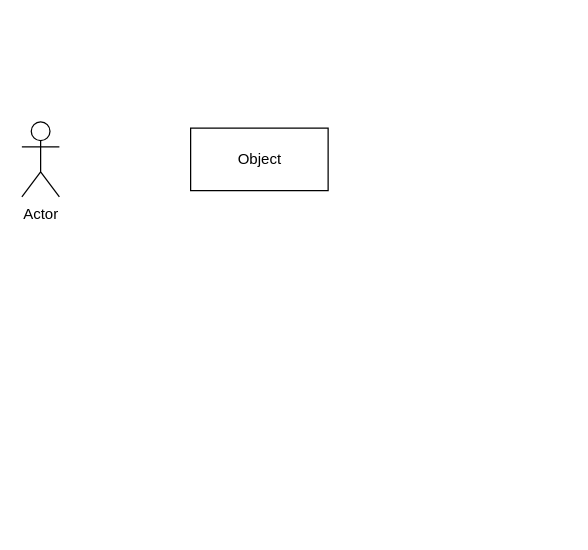
Earlier version of the draw.io diagram page "Use Case" (1 of 3) of rpl/tugas1/uml.drawio (Rizqirazkafi/kuliah-y2). Source tidied: cells renumbered, new cells numbered last; positions are measured from the earlier drawing's top-left corner, leaving out a move shared by most shapes. Both pictures are drawn from the tidied source at 125%, with x=0, y=0 at pixel (21, 121).
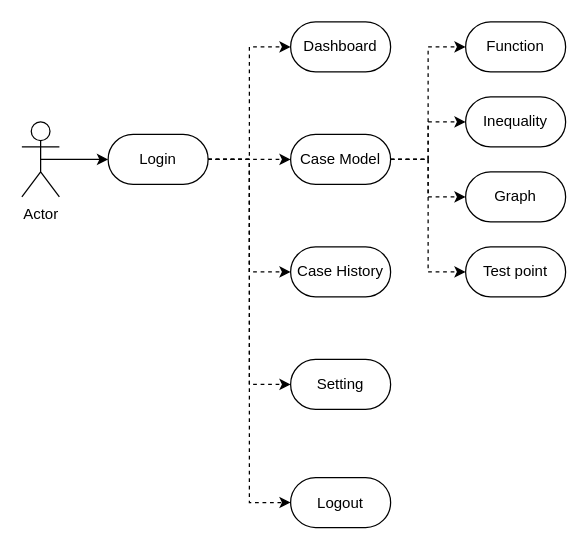
Above is the later version.

Unchanged cells that the change refers to:
```xml
<mxCell id="2" value="Actor" style="shape=umlActor;verticalLabelPosition=bottom;verticalAlign=top;html=1;outlineConnect=0;" parent="1" vertex="1">
  <mxGeometry width="30" height="60" as="geometry" />
</mxCell>
```

The edit, as a diff of the source:
```diff
@@
+    <mxCell id="4" style="edgeStyle=orthogonalEdgeStyle;rounded=0;jettySize=auto;html=1;exitX=0.5;exitY=0.5;exitDx=0;exitDy=0;exitPerimeter=0;entryX=0;entryY=0.5;entryDx=0;entryDy=0;" parent="1" edge="1" source="2" target="10">
+      <mxGeometry relative="1" as="geometry" />
+    </mxCell>
@@
-    <mxCell id="3" value="Object" style="html=1;" parent="1" vertex="1">
-      <mxGeometry x="135" y="5" width="110" height="50" as="geometry" />
-    </mxCell>
+    <mxCell id="5" style="edgeStyle=orthogonalEdgeStyle;rounded=0;jettySize=auto;html=1;exitX=1;exitY=0.5;exitDx=0;exitDy=0;entryX=0;entryY=0.5;entryDx=0;entryDy=0;dashed=1;" parent="1" edge="1" source="10" target="11">
+      <mxGeometry relative="1" as="geometry" />
+    </mxCell>
+    <mxCell id="6" style="edgeStyle=orthogonalEdgeStyle;rounded=0;jettySize=auto;html=1;exitX=1;exitY=0.5;exitDx=0;exitDy=0;entryX=0;entryY=0.5;entryDx=0;entryDy=0;dashed=1;" parent="1" edge="1" source="10" target="16">
+      <mxGeometry relative="1" as="geometry" />
+    </mxCell>
+    <mxCell id="7" style="edgeStyle=orthogonalEdgeStyle;rounded=0;jettySize=auto;html=1;exitX=1;exitY=0.5;exitDx=0;exitDy=0;entryX=0;entryY=0.5;entryDx=0;entryDy=0;dashed=1;" parent="1" edge="1" source="10" target="21">
+      <mxGeometry relative="1" as="geometry" />
+    </mxCell>
+    <mxCell id="8" style="edgeStyle=orthogonalEdgeStyle;rounded=0;jettySize=auto;html=1;exitX=1;exitY=0.5;exitDx=0;exitDy=0;entryX=0;entryY=0.5;entryDx=0;entryDy=0;dashed=1;" parent="1" edge="1" source="10" target="22">
+      <mxGeometry relative="1" as="geometry" />
+    </mxCell>
+    <mxCell id="9" style="edgeStyle=orthogonalEdgeStyle;rounded=0;jettySize=auto;html=1;exitX=1;exitY=0.5;exitDx=0;exitDy=0;entryX=0;entryY=0.5;entryDx=0;entryDy=0;dashed=1;" parent="1" edge="1" source="10" target="23">
+      <mxGeometry relative="1" as="geometry" />
+    </mxCell>
+    <mxCell id="10" value="Login" style="rounded=1;whiteSpace=wrap;html=1;arcSize=50;" parent="1" vertex="1">
+      <mxGeometry x="69" y="10" width="80" height="40" as="geometry" />
+    </mxCell>
+    <mxCell id="11" value="Dashboard" style="rounded=1;whiteSpace=wrap;html=1;arcSize=50;" parent="1" vertex="1">
+      <mxGeometry x="215" y="-80" width="80" height="40" as="geometry" />
+    </mxCell>
+    <mxCell id="12" style="edgeStyle=orthogonalEdgeStyle;rounded=0;jettySize=auto;html=1;exitX=1;exitY=0.5;exitDx=0;exitDy=0;entryX=0;entryY=0.5;entryDx=0;entryDy=0;dashed=1;" parent="1" edge="1" source="16" target="17">
+      <mxGeometry relative="1" as="geometry" />
+    </mxCell>
+    <mxCell id="13" style="edgeStyle=orthogonalEdgeStyle;rounded=0;jettySize=auto;html=1;exitX=1;exitY=0.5;exitDx=0;exitDy=0;entryX=0;entryY=0.5;entryDx=0;entryDy=0;dashed=1;" parent="1" edge="1" source="16" target="18">
+      <mxGeometry relative="1" as="geometry" />
+    </mxCell>
+    <mxCell id="14" style="edgeStyle=orthogonalEdgeStyle;rounded=0;jettySize=auto;html=1;exitX=1;exitY=0.5;exitDx=0;exitDy=0;entryX=0;entryY=0.5;entryDx=0;entryDy=0;dashed=1;" parent="1" edge="1" source="16" target="19">
+      <mxGeometry relative="1" as="geometry" />
+    </mxCell>
+    <mxCell id="15" style="edgeStyle=orthogonalEdgeStyle;rounded=0;jettySize=auto;html=1;exitX=1;exitY=0.5;exitDx=0;exitDy=0;entryX=0;entryY=0.5;entryDx=0;entryDy=0;dashed=1;" parent="1" edge="1" source="16" target="20">
+      <mxGeometry relative="1" as="geometry" />
+    </mxCell>
+    <mxCell id="16" value="Case Model" style="rounded=1;whiteSpace=wrap;html=1;arcSize=50;" parent="1" vertex="1">
+      <mxGeometry x="215" y="10" width="80" height="40" as="geometry" />
+    </mxCell>
+    <mxCell id="17" value="Function" style="rounded=1;whiteSpace=wrap;html=1;arcSize=50;" parent="1" vertex="1">
+      <mxGeometry x="355" y="-80" width="80" height="40" as="geometry" />
+    </mxCell>
+    <mxCell id="18" value="Inequality" style="rounded=1;whiteSpace=wrap;html=1;arcSize=50;" parent="1" vertex="1">
+      <mxGeometry x="355" y="-20" width="80" height="40" as="geometry" />
+    </mxCell>
+    <mxCell id="19" value="Graph" style="rounded=1;whiteSpace=wrap;html=1;arcSize=50;" parent="1" vertex="1">
+      <mxGeometry x="355" y="40" width="80" height="40" as="geometry" />
+    </mxCell>
+    <mxCell id="20" value="Test point" style="rounded=1;whiteSpace=wrap;html=1;arcSize=50;" parent="1" vertex="1">
+      <mxGeometry x="355" y="100" width="80" height="40" as="geometry" />
+    </mxCell>
+    <mxCell id="21" value="Case History" style="rounded=1;whiteSpace=wrap;html=1;arcSize=50;" parent="1" vertex="1">
+      <mxGeometry x="215" y="100" width="80" height="40" as="geometry" />
+    </mxCell>
+    <mxCell id="22" value="Setting" style="rounded=1;whiteSpace=wrap;html=1;arcSize=50;" parent="1" vertex="1">
+      <mxGeometry x="215" y="190" width="80" height="40" as="geometry" />
+    </mxCell>
+    <mxCell id="23" value="Logout" style="rounded=1;whiteSpace=wrap;html=1;arcSize=50;" parent="1" vertex="1">
+      <mxGeometry x="215" y="284.5" width="80" height="40" as="geometry" />
+    </mxCell>
```
